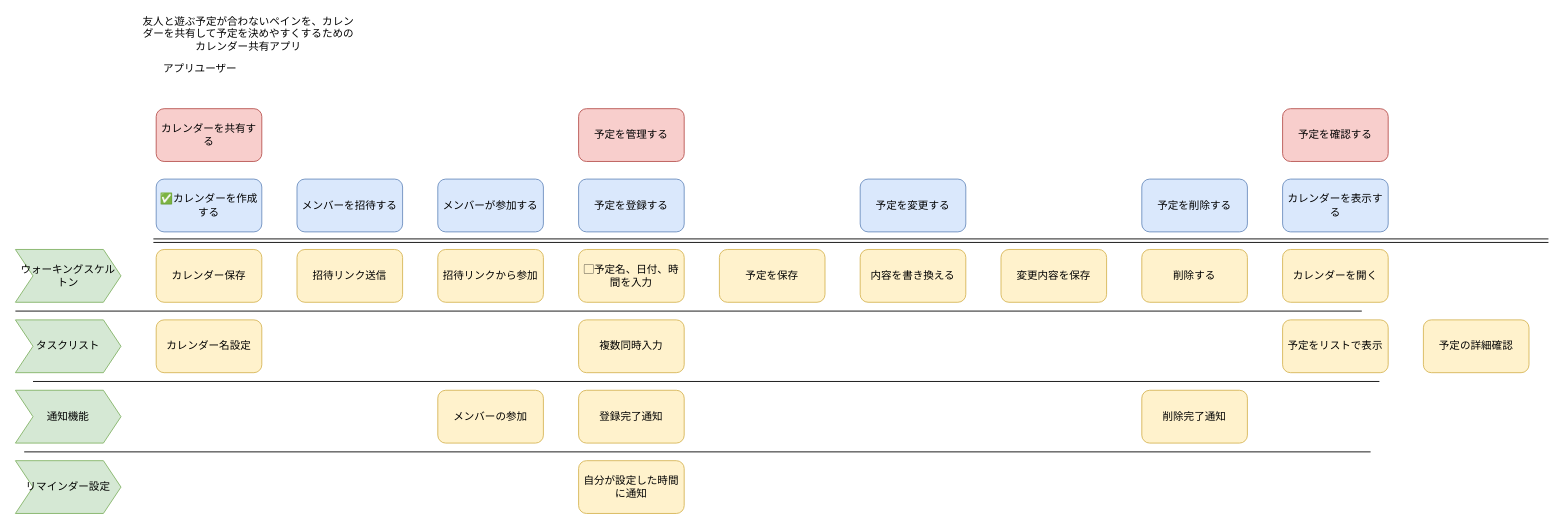
Earlier version of the draw.io diagram docs/storymap.drawio (rento1005/my-calendar). Source tidied: cells renumbered, new cells numbered last; positions are measured from the earlier drawing's top-left corner, leaving out a move shared by most shapes. Both pictures are drawn from the tidied source at 88%, with x=0, y=0 at pixel (15, 20).
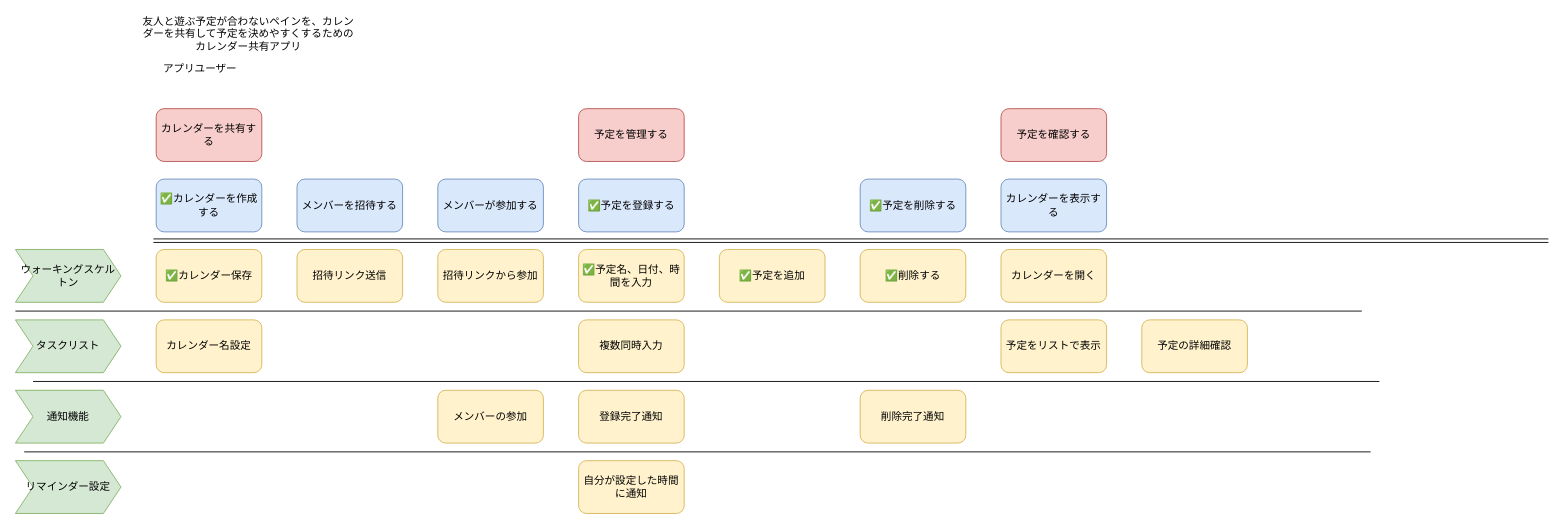
After the change.

Commit message (it also covers changes not shown here):
make mark

What changed in the source:
```diff
@@
-    <mxCell id="6" value="予定を登録する" style="rounded=1;whiteSpace=wrap;html=1;fillColor=#dae8fc;strokeColor=#6c8ebf;" parent="1" vertex="1">
+    <mxCell id="6" value="✅予定を登録する" style="rounded=1;whiteSpace=wrap;html=1;fillColor=#dae8fc;strokeColor=#6c8ebf;" parent="1" vertex="1">
       <mxGeometry x="640" y="180" width="120" height="60" as="geometry" />
     </mxCell>
-    <mxCell id="7" value="予定を変更する" style="rounded=1;whiteSpace=wrap;html=1;fillColor=#dae8fc;strokeColor=#6c8ebf;" parent="1" vertex="1">
-      <mxGeometry x="960" y="180" width="120" height="60" as="geometry" />
-    </mxCell>
-    <mxCell id="8" value="予定を削除する" style="rounded=1;whiteSpace=wrap;html=1;fillColor=#dae8fc;strokeColor=#6c8ebf;" parent="1" vertex="1">
-      <mxGeometry x="1280" y="180" width="120" height="60" as="geometry" />
+    <mxCell id="8" value="✅予定を削除する" style="rounded=1;whiteSpace=wrap;html=1;fillColor=#dae8fc;strokeColor=#6c8ebf;" parent="1" vertex="1">
+      <mxGeometry x="960" y="180" width="120" height="60" as="geometry" />
     </mxCell>
@@
     <mxCell id="12" value="予定を確認する" style="rounded=1;whiteSpace=wrap;html=1;roundedPerimeter=1;fillColor=#f8cecc;strokeColor=#b85450;" parent="1" vertex="1">
-      <mxGeometry x="1440" y="100" width="120" height="60" as="geometry" />
+      <mxGeometry x="1120" y="100" width="120" height="60" as="geometry" />
     </mxCell>
     <mxCell id="13" value="カレンダーを表示する" style="rounded=1;whiteSpace=wrap;html=1;fillColor=#dae8fc;strokeColor=#6c8ebf;" parent="1" vertex="1">
-      <mxGeometry x="1440" y="180" width="120" height="60" as="geometry" />
+      <mxGeometry x="1120" y="180" width="120" height="60" as="geometry" />
     </mxCell>
@@
-    <mxCell id="17" value="▢予定名、日付、時間を入力" style="rounded=1;whiteSpace=wrap;html=1;fillColor=#fff2cc;strokeColor=#d6b656;" parent="1" vertex="1">
+    <mxCell id="17" value="✅予定名、日付、時間を入力" style="rounded=1;whiteSpace=wrap;html=1;fillColor=#fff2cc;strokeColor=#d6b656;" parent="1" vertex="1">
       <mxGeometry x="640" y="260" width="120" height="60" as="geometry" />
     </mxCell>
-    <mxCell id="18" value="内容を書き換える" style="rounded=1;whiteSpace=wrap;html=1;fillColor=#fff2cc;strokeColor=#d6b656;" parent="1" vertex="1">
-      <mxGeometry x="960" y="260" width="120" height="60" as="geometry" />
-    </mxCell>
-    <mxCell id="19" value="削除する" style="rounded=1;whiteSpace=wrap;html=1;fillColor=#fff2cc;strokeColor=#d6b656;" parent="1" vertex="1">
-      <mxGeometry x="1280" y="260" width="120" height="60" as="geometry" />
+    <mxCell id="19" value="✅削除する" style="rounded=1;whiteSpace=wrap;html=1;fillColor=#fff2cc;strokeColor=#d6b656;" parent="1" vertex="1">
+      <mxGeometry x="960" y="260" width="120" height="60" as="geometry" />
     </mxCell>
@@
     <mxCell id="21" value="カレンダーを開く" style="rounded=1;whiteSpace=wrap;html=1;fillColor=#fff2cc;strokeColor=#d6b656;" parent="1" vertex="1">
-      <mxGeometry x="1440" y="260" width="120" height="60" as="geometry" />
+      <mxGeometry x="1120" y="260" width="120" height="60" as="geometry" />
     </mxCell>
@@
     <mxCell id="24" value="予定をリストで表示" style="rounded=1;whiteSpace=wrap;html=1;fillColor=#fff2cc;strokeColor=#d6b656;" parent="1" vertex="1">
-      <mxGeometry x="1440" y="340" width="120" height="60" as="geometry" />
+      <mxGeometry x="1120" y="340" width="120" height="60" as="geometry" />
     </mxCell>
@@
     <mxCell id="29" value="削除完了通知" style="rounded=1;whiteSpace=wrap;html=1;fillColor=#fff2cc;strokeColor=#d6b656;" parent="1" vertex="1">
-      <mxGeometry x="1280" y="420" width="120" height="60" as="geometry" />
+      <mxGeometry x="960" y="420" width="120" height="60" as="geometry" />
     </mxCell>
@@
-    <mxCell id="33" value="カレンダー保存" style="rounded=1;whiteSpace=wrap;html=1;fillColor=#fff2cc;strokeColor=#d6b656;" parent="1" vertex="1">
+    <mxCell id="33" value="✅カレンダー保存" style="rounded=1;whiteSpace=wrap;html=1;fillColor=#fff2cc;strokeColor=#d6b656;" parent="1" vertex="1">
       <mxGeometry x="160" y="260" width="120" height="60" as="geometry" />
     </mxCell>
     <mxCell id="34" value="予定の詳細確認" style="rounded=1;whiteSpace=wrap;html=1;fillColor=#fff2cc;strokeColor=#d6b656;" parent="1" vertex="1">
-      <mxGeometry x="1600" y="340" width="120" height="60" as="geometry" />
+      <mxGeometry x="1280" y="340" width="120" height="60" as="geometry" />
     </mxCell>
-    <mxCell id="35" value="変更内容を保存" style="rounded=1;whiteSpace=wrap;html=1;fillColor=#fff2cc;strokeColor=#d6b656;" parent="1" vertex="1">
-      <mxGeometry x="1120" y="260" width="120" height="60" as="geometry" />
-    </mxCell>
-    <mxCell id="36" value="予定を保存" style="rounded=1;whiteSpace=wrap;html=1;fillColor=#fff2cc;strokeColor=#d6b656;" parent="1" vertex="1">
+    <mxCell id="36" value="✅予定を追加" style="rounded=1;whiteSpace=wrap;html=1;fillColor=#fff2cc;strokeColor=#d6b656;" parent="1" vertex="1">
       <mxGeometry x="800" y="260" width="120" height="60" as="geometry" />
     </mxCell>
```
